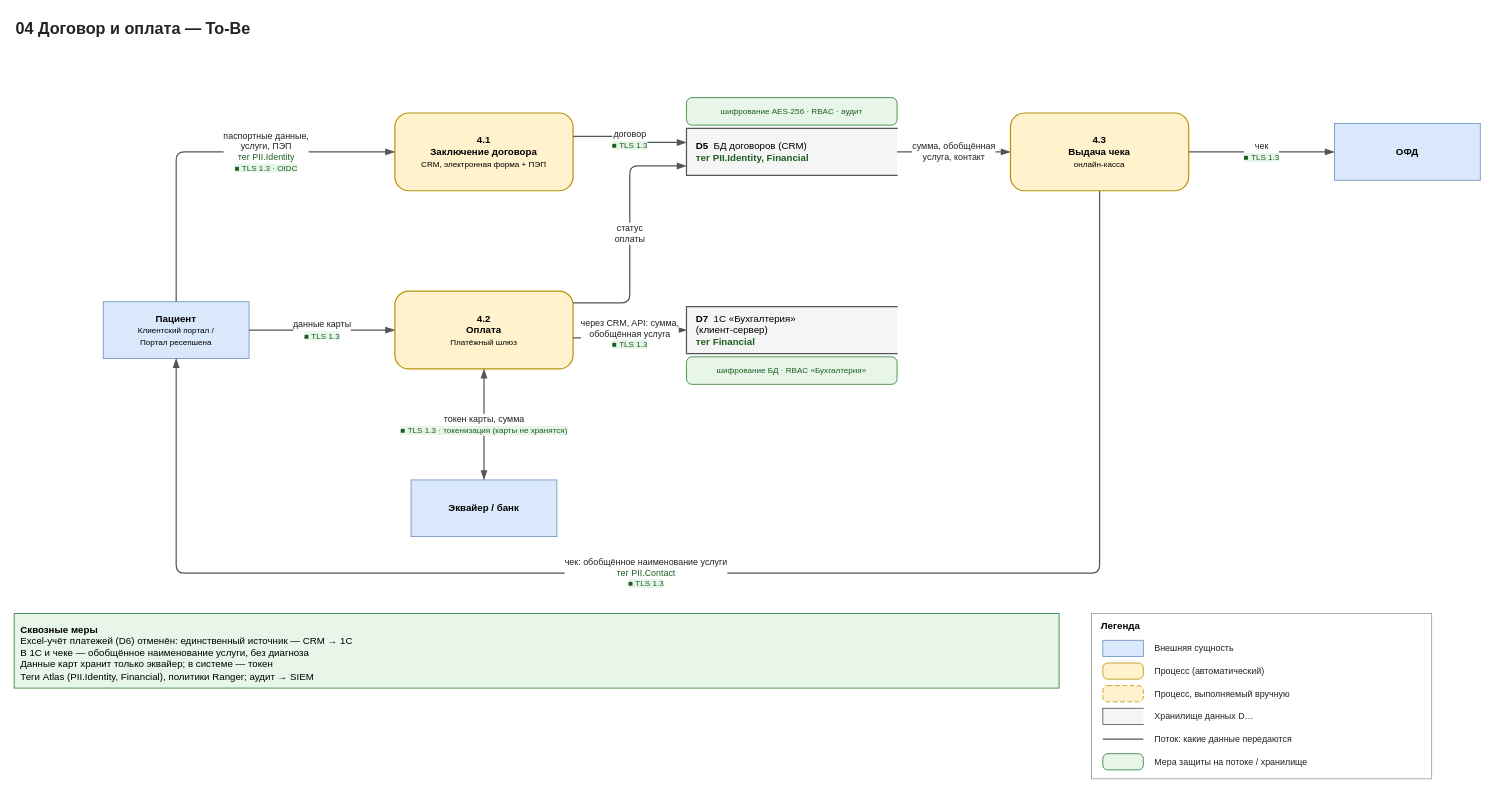
Earlier version of the draw.io diagram page "To-Be" (2 of 2) of Task1/dfd/04-dogovor-oplata.drawio (iudanet/architecture-medikamente). Source tidied: cells renumbered, new cells numbered last; positions are measured from the earlier drawing's top-left corner, leaving out a move shared by most shapes. Both pictures are drawn from the tidied source at 81%, with x=0, y=0 at pixel (14, 14).
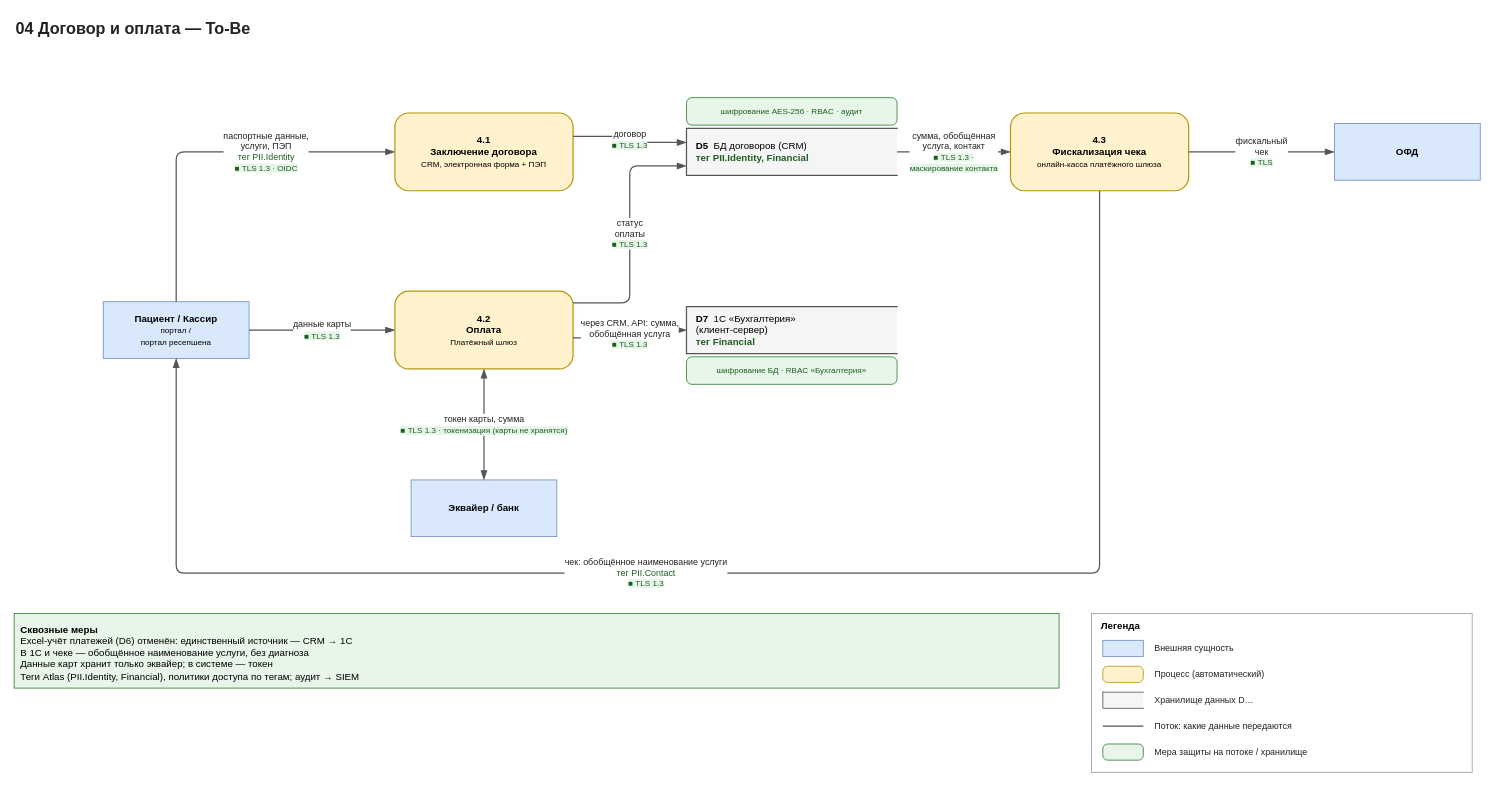
The same page after the edit.

The change refers to these unchanged cells:
```xml
<mxCell id="4" value="&lt;b&gt;D5&lt;/b&gt;&amp;nbsp;&amp;nbsp;БД договоров (CRM)&lt;br&gt;&lt;font color=&quot;#1B5E20&quot;&gt;&lt;b&gt;тег PII.Identity, Financial&lt;/b&gt;&lt;/font&gt;" style="shape=partialRectangle;right=0;whiteSpace=wrap;html=1;fillColor=#F5F5F5;strokeColor=#555555;strokeWidth=1.5;fontSize=12;align=left;spacingLeft=10;" parent="1" vertex="1">
  <mxGeometry x="830" y="141" width="260" height="58" as="geometry" />
</mxCell>
<mxCell id="7" value="&lt;b&gt;ОФД&lt;/b&gt;" style="rounded=0;whiteSpace=wrap;html=1;fillColor=#DAE8FC;strokeColor=#6C8EBF;fontSize=12;spacing=4;" parent="1" vertex="1">
  <mxGeometry x="1630" y="135" width="180" height="70" as="geometry" />
</mxCell>
<mxCell id="9" value="&lt;b&gt;4.2&lt;/b&gt;&lt;br&gt;&lt;b&gt;Оплата&lt;/b&gt;&lt;br&gt;&lt;span style=&quot;font-size:10px&quot;&gt;Платёжный шлюз&lt;/span&gt;" style="rounded=1;arcSize=18;whiteSpace=wrap;html=1;fillColor=#FFF2CC;strokeColor=#B7950B;strokeWidth=1.5;fontSize=12;spacing=4;" parent="1" vertex="1">
  <mxGeometry x="470" y="342" width="220" height="96" as="geometry" />
</mxCell>
```

Diff of the diagram source:
```diff
@@
-    <mxCell id="6" value="&lt;b&gt;4.3&lt;/b&gt;&lt;br&gt;&lt;b&gt;Выдача чека&lt;/b&gt;&lt;br&gt;&lt;span style=&quot;font-size:10px&quot;&gt;онлайн-касса&lt;/span&gt;" style="rounded=1;arcSize=18;whiteSpace=wrap;html=1;fillColor=#FFF2CC;strokeColor=#B7950B;strokeWidth=1.5;fontSize=12;spacing=4;" parent="1" vertex="1">
+    <mxCell id="6" value="&lt;b&gt;4.3&lt;/b&gt;&lt;br&gt;&lt;b&gt;Фискализация чека&lt;/b&gt;&lt;br&gt;&lt;span style=&quot;font-size:10px&quot;&gt;онлайн-касса платёжного шлюза&lt;/span&gt;" style="rounded=1;arcSize=18;whiteSpace=wrap;html=1;fillColor=#FFF2CC;strokeColor=#B7950B;strokeWidth=1.5;fontSize=12;spacing=4;" parent="1" vertex="1">
       <mxGeometry x="1230" y="122" width="220" height="96" as="geometry" />
     </mxCell>
@@
-    <mxCell id="8" value="&lt;b&gt;Пациент&lt;/b&gt;&lt;br&gt;&lt;span style=&quot;font-size:10px&quot;&gt;Клиентский портал /&lt;br&gt;Портал ресепшена&lt;/span&gt;" style="rounded=0;whiteSpace=wrap;html=1;fillColor=#DAE8FC;strokeColor=#6C8EBF;fontSize=12;spacing=4;" parent="1" vertex="1">
+    <mxCell id="8" value="&lt;b&gt;Пациент / Кассир&lt;/b&gt;&lt;br&gt;&lt;span style=&quot;font-size:10px&quot;&gt;портал /&lt;br&gt;портал ресепшена&lt;/span&gt;" style="rounded=0;whiteSpace=wrap;html=1;fillColor=#DAE8FC;strokeColor=#6C8EBF;fontSize=12;spacing=4;" parent="1" vertex="1">
       <mxGeometry x="110" y="355" width="180" height="70" as="geometry" />
     </mxCell>
@@
-    <mxCell id="17" value="статус&lt;br&gt;оплаты" style="edgeStyle=orthogonalEdgeStyle;rounded=1;html=1;endArrow=blockThin;endFill=1;endSize=8;strokeColor=#555555;strokeWidth=1.5;fontSize=11;fontColor=#222222;labelBackgroundColor=#FFFFFF;jumpStyle=arc;jumpSize=10;exitX=1;exitY=0.15;exitDx=0;exitDy=0;entryX=0;entryY=0.8;entryDx=0;entryDy=0;" parent="1" edge="1" source="9" target="4">
+    <mxCell id="17" value="статус&lt;br&gt;оплаты&lt;br&gt;&lt;span style=&quot;color:#1B5E20;background-color:#E8F5E9;font-size:10px;&quot;&gt;&amp;#9632; TLS 1.3&lt;/span&gt;" style="edgeStyle=orthogonalEdgeStyle;rounded=1;html=1;endArrow=blockThin;endFill=1;endSize=8;strokeColor=#555555;strokeWidth=1.5;fontSize=11;fontColor=#222222;labelBackgroundColor=#FFFFFF;jumpStyle=arc;jumpSize=10;exitX=1;exitY=0.15;exitDx=0;exitDy=0;entryX=0;entryY=0.8;entryDx=0;entryDy=0;" parent="1" edge="1" source="9" target="4">
       <mxGeometry relative="1" as="geometry">
         <Array as="points">
           <mxPoint x="760" y="356" />
         </Array>
       </mxGeometry>
     </mxCell>
@@
-    <mxCell id="19" value="сумма, обобщённая&lt;br&gt;услуга, контакт" style="edgeStyle=orthogonalEdgeStyle;rounded=1;html=1;endArrow=blockThin;endFill=1;endSize=8;strokeColor=#555555;strokeWidth=1.5;fontSize=11;fontColor=#222222;labelBackgroundColor=#FFFFFF;jumpStyle=arc;jumpSize=10;" parent="1" edge="1" source="4" target="6">
+    <mxCell id="19" value="сумма, обобщённая&lt;br&gt;услуга, контакт&lt;br&gt;&lt;span style=&quot;color:#1B5E20;background-color:#E8F5E9;font-size:10px;&quot;&gt;&amp;#9632; TLS 1.3 ·&lt;br&gt;маскирование контакта&lt;/span&gt;" style="edgeStyle=orthogonalEdgeStyle;rounded=1;html=1;endArrow=blockThin;endFill=1;endSize=8;strokeColor=#555555;strokeWidth=1.5;fontSize=11;fontColor=#222222;labelBackgroundColor=#FFFFFF;jumpStyle=arc;jumpSize=10;" parent="1" edge="1" source="4" target="6">
       <mxGeometry relative="1" as="geometry" />
     </mxCell>
-    <mxCell id="20" value="чек&lt;br&gt;&lt;span style=&quot;color:#1B5E20;background-color:#E8F5E9;font-size:10px;&quot;&gt;&amp;#9632; TLS 1.3&lt;/span&gt;" style="edgeStyle=orthogonalEdgeStyle;rounded=1;html=1;endArrow=blockThin;endFill=1;endSize=8;strokeColor=#555555;strokeWidth=1.5;fontSize=11;fontColor=#222222;labelBackgroundColor=#FFFFFF;jumpStyle=arc;jumpSize=10;" parent="1" edge="1" source="6" target="7">
+    <mxCell id="20" value="фискальный&lt;br&gt;чек&lt;br&gt;&lt;span style=&quot;color:#1B5E20;background-color:#E8F5E9;font-size:10px;&quot;&gt;&amp;#9632; TLS&lt;/span&gt;" style="edgeStyle=orthogonalEdgeStyle;rounded=1;html=1;endArrow=blockThin;endFill=1;endSize=8;strokeColor=#555555;strokeWidth=1.5;fontSize=11;fontColor=#222222;labelBackgroundColor=#FFFFFF;jumpStyle=arc;jumpSize=10;" parent="1" edge="1" source="6" target="7">
       <mxGeometry relative="1" as="geometry" />
     </mxCell>
@@
-    <mxCell id="22" value="&lt;b&gt;Сквозные меры&lt;/b&gt;&lt;br&gt;Excel-учёт платежей (D6) отменён: единственный источник — CRM → 1С&lt;br&gt;В 1С и чеке — обобщённое наименование услуги, без диагноза&lt;br&gt;Данные карт хранит только эквайер; в системе — токен&lt;br&gt;Теги Atlas (PII.Identity, Financial), политики Ranger; аудит → SIEM" style="rounded=0;whiteSpace=wrap;html=1;fillColor=#E8F5E9;strokeColor=#2E7D32;fontSize=12;align=left;verticalAlign=top;spacing=8;" parent="1" vertex="1">
+    <mxCell id="22" value="&lt;b&gt;Сквозные меры&lt;/b&gt;&lt;br&gt;Excel-учёт платежей (D6) отменён: единственный источник — CRM → 1С&lt;br&gt;В 1С и чеке — обобщённое наименование услуги, без диагноза&lt;br&gt;Данные карт хранит только эквайер; в системе — токен&lt;br&gt;Теги Atlas (PII.Identity, Financial), политики доступа по тегам; аудит → SIEM" style="rounded=0;whiteSpace=wrap;html=1;fillColor=#E8F5E9;strokeColor=#2E7D32;fontSize=12;align=left;verticalAlign=top;spacing=8;" parent="1" vertex="1">
       <mxGeometry y="740" width="1290" height="92" as="geometry" />
     </mxCell>
     <mxCell id="23" value="&lt;b&gt;Легенда&lt;/b&gt;" style="rounded=0;whiteSpace=wrap;html=1;fillColor=#FFFFFF;strokeColor=#999999;align=left;verticalAlign=top;spacingLeft=10;spacingTop=2;fontSize=12;" parent="1" vertex="1">
-      <mxGeometry x="1330" y="740" width="420" height="204" as="geometry" />
+      <mxGeometry x="1330" y="740" width="470" height="196" as="geometry" />
     </mxCell>
@@
     <mxCell id="25" value="Внешняя сущность" style="text;html=1;whiteSpace=wrap;align=left;verticalAlign=middle;fontSize=11;fontColor=#222222;" parent="1" vertex="1">
-      <mxGeometry x="1406" y="770" width="336" height="26" as="geometry" />
+      <mxGeometry x="1406" y="768" width="386" height="30" as="geometry" />
     </mxCell>
     <mxCell id="26" style="rounded=1;arcSize=30;html=1;fillColor=#FFF2CC;strokeColor=#B7950B;" parent="1" vertex="1">
-      <mxGeometry x="1344" y="801" width="50" height="20" as="geometry" />
+      <mxGeometry x="1344" y="805" width="50" height="20" as="geometry" />
     </mxCell>
     <mxCell id="27" value="Процесс (автоматический)" style="text;html=1;whiteSpace=wrap;align=left;verticalAlign=middle;fontSize=11;fontColor=#222222;" parent="1" vertex="1">
-      <mxGeometry x="1406" y="798" width="336" height="26" as="geometry" />
+      <mxGeometry x="1406" y="800" width="386" height="30" as="geometry" />
     </mxCell>
-    <mxCell id="28" style="rounded=1;arcSize=30;html=1;fillColor=#FFF2CC;strokeColor=#B7950B;dashed=1;dashPattern=6 3;" parent="1" vertex="1">
-      <mxGeometry x="1344" y="829" width="50" height="20" as="geometry" />
+    <mxCell id="28" style="shape=partialRectangle;right=0;html=1;fillColor=#F5F5F5;strokeColor=#555555;" parent="1" vertex="1">
+      <mxGeometry x="1344" y="837" width="50" height="20" as="geometry" />
     </mxCell>
-    <mxCell id="29" value="Процесс, выполняемый вручную" style="text;html=1;whiteSpace=wrap;align=left;verticalAlign=middle;fontSize=11;fontColor=#222222;" parent="1" vertex="1">
-      <mxGeometry x="1406" y="826" width="336" height="26" as="geometry" />
+    <mxCell id="29" value="Хранилище данных D…" style="text;html=1;whiteSpace=wrap;align=left;verticalAlign=middle;fontSize=11;fontColor=#222222;" parent="1" vertex="1">
+      <mxGeometry x="1406" y="832" width="386" height="30" as="geometry" />
     </mxCell>
-    <mxCell id="30" style="shape=partialRectangle;right=0;html=1;fillColor=#F5F5F5;strokeColor=#555555;" parent="1" vertex="1">
-      <mxGeometry x="1344" y="857" width="50" height="20" as="geometry" />
+    <mxCell id="30" style="shape=line;html=1;strokeColor=#555555;strokeWidth=1.5;" parent="1" vertex="1">
+      <mxGeometry x="1344" y="873" width="50" height="12" as="geometry" />
     </mxCell>
-    <mxCell id="31" value="Хранилище данных D…" style="text;html=1;whiteSpace=wrap;align=left;verticalAlign=middle;fontSize=11;fontColor=#222222;" parent="1" vertex="1">
-      <mxGeometry x="1406" y="854" width="336" height="26" as="geometry" />
+    <mxCell id="31" value="Поток: какие данные передаются" style="text;html=1;whiteSpace=wrap;align=left;verticalAlign=middle;fontSize=11;fontColor=#222222;" parent="1" vertex="1">
+      <mxGeometry x="1406" y="864" width="386" height="30" as="geometry" />
     </mxCell>
-    <mxCell id="32" style="shape=line;html=1;strokeColor=#555555;strokeWidth=1.5;" parent="1" vertex="1">
-      <mxGeometry x="1344" y="889" width="50" height="12" as="geometry" />
+    <mxCell id="32" style="rounded=1;arcSize=30;html=1;fillColor=#E8F5E9;strokeColor=#2E7D32;" parent="1" vertex="1">
+      <mxGeometry x="1344" y="901" width="50" height="20" as="geometry" />
     </mxCell>
-    <mxCell id="33" value="Поток: какие данные передаются" style="text;html=1;whiteSpace=wrap;align=left;verticalAlign=middle;fontSize=11;fontColor=#222222;" parent="1" vertex="1">
-      <mxGeometry x="1406" y="882" width="336" height="26" as="geometry" />
+    <mxCell id="33" value="Мера защиты на потоке / хранилище" style="text;html=1;whiteSpace=wrap;align=left;verticalAlign=middle;fontSize=11;fontColor=#222222;" parent="1" vertex="1">
+      <mxGeometry x="1406" y="896" width="386" height="30" as="geometry" />
     </mxCell>
-    <mxCell id="34" style="rounded=1;arcSize=30;html=1;fillColor=#E8F5E9;strokeColor=#2E7D32;" parent="1" vertex="1">
-      <mxGeometry x="1344" y="913" width="50" height="20" as="geometry" />
-    </mxCell>
-    <mxCell id="35" value="Мера защиты на потоке / хранилище" style="text;html=1;whiteSpace=wrap;align=left;verticalAlign=middle;fontSize=11;fontColor=#222222;" parent="1" vertex="1">
-      <mxGeometry x="1406" y="910" width="336" height="26" as="geometry" />
-    </mxCell>
```
